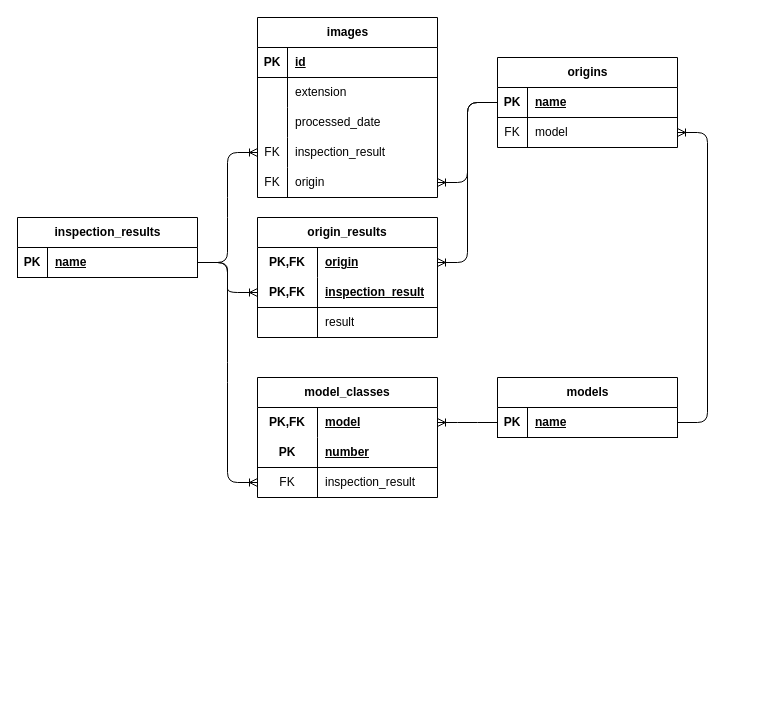
Before: page "Database" (2 of 2) of docs/architecture.dio in Jaimead7/PartsSorter, a draw.io diagram. Source tidied: cells renumbered, new cells numbered last; positions are measured from the earlier drawing's top-left corner, leaving out a move shared by most shapes. Both pictures are drawn from the tidied source at 100%, with x=0, y=0 at pixel (-23, 17).
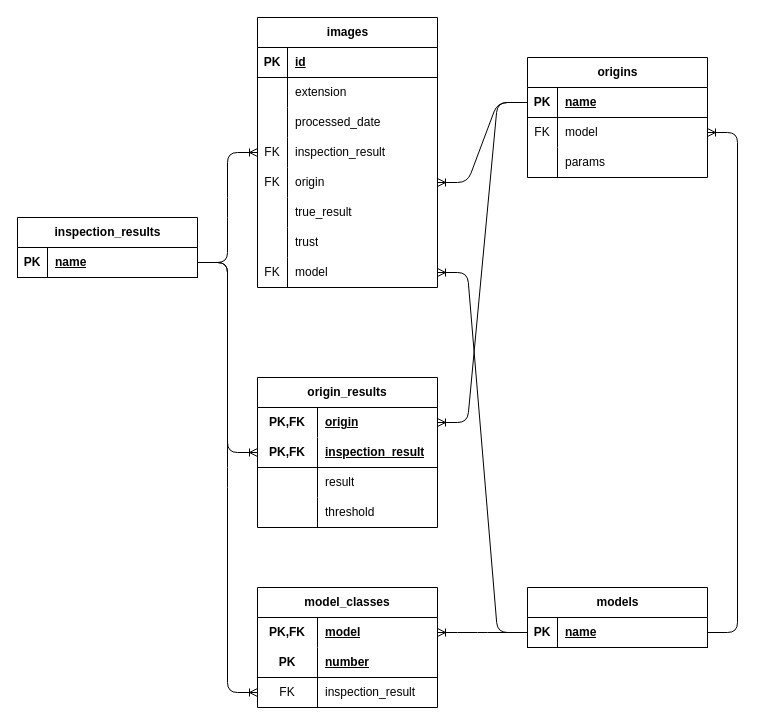
Above is the later version.

Commit message:
Change database schema for new changes

The change refers to these unchanged cells:
```xml
<mxCell id="24" style="shape=tableRow;horizontal=0;startSize=0;swimlaneHead=0;swimlaneBody=0;fillColor=none;points=[[0,0.5],[1,0.5]];portConstraint=eastwest;top=0;left=0;right=0;bottom=1;" parent="23" vertex="1">
  <mxGeometry y="30" width="180" height="30" as="geometry" />
</mxCell>
```

Diff of the diagram source:
```diff
@@
     <mxCell id="7" value="images" style="shape=table;startSize=30;childLayout=tableLayout;rowLines=0;fontStyle=1;align=center;html=1;" parent="1" vertex="1">
-      <mxGeometry x="280" width="180" height="180" as="geometry" />
+      <mxGeometry x="280" width="180" height="270" as="geometry" />
     </mxCell>
@@
+    <mxCell id="60" style="shape=tableRow;horizontal=0;startSize=0;swimlaneHead=0;swimlaneBody=0;fillColor=none;top=0;left=0;right=0;bottom=0;" parent="7" vertex="1">
+      <mxGeometry y="180" width="180" height="30" as="geometry" />
+    </mxCell>
+    <mxCell id="61" style="shape=partialRectangle;fillColor=none;top=0;left=0;bottom=0;right=0;overflow=hidden;whiteSpace=wrap;html=1;" parent="60" vertex="1">
+      <mxGeometry width="30" height="30" as="geometry" />
+    </mxCell>
+    <mxCell id="62" value="true_result" style="shape=partialRectangle;fillColor=none;top=0;left=0;bottom=0;right=0;align=left;spacingLeft=6;overflow=hidden;whiteSpace=wrap;html=1;" parent="60" vertex="1">
+      <mxGeometry x="30" width="150" height="30" as="geometry" />
+    </mxCell>
+    <mxCell id="63" style="shape=tableRow;horizontal=0;startSize=0;swimlaneHead=0;swimlaneBody=0;fillColor=none;top=0;left=0;right=0;bottom=0;" parent="7" vertex="1">
+      <mxGeometry y="210" width="180" height="30" as="geometry" />
+    </mxCell>
+    <mxCell id="64" style="shape=partialRectangle;fillColor=none;top=0;left=0;bottom=0;right=0;overflow=hidden;whiteSpace=wrap;html=1;" parent="63" vertex="1">
+      <mxGeometry width="30" height="30" as="geometry" />
+    </mxCell>
+    <mxCell id="65" value="trust" style="shape=partialRectangle;fillColor=none;top=0;left=0;bottom=0;right=0;align=left;spacingLeft=6;overflow=hidden;whiteSpace=wrap;html=1;" parent="63" vertex="1">
+      <mxGeometry x="30" width="150" height="30" as="geometry" />
+    </mxCell>
+    <mxCell id="66" style="shape=tableRow;horizontal=0;startSize=0;swimlaneHead=0;swimlaneBody=0;fillColor=none;points=[[0,0.5],[1,0.5]];portConstraint=eastwest;top=0;left=0;right=0;bottom=0;" parent="7" vertex="1">
+      <mxGeometry y="240" width="180" height="30" as="geometry" />
+    </mxCell>
+    <mxCell id="67" value="FK" style="shape=partialRectangle;fillColor=none;top=0;left=0;bottom=0;right=0;overflow=hidden;whiteSpace=wrap;html=1;" parent="66" vertex="1">
+      <mxGeometry width="30" height="30" as="geometry" />
+    </mxCell>
+    <mxCell id="68" value="model" style="shape=partialRectangle;fillColor=none;top=0;left=0;bottom=0;right=0;align=left;spacingLeft=6;overflow=hidden;whiteSpace=wrap;html=1;" parent="66" vertex="1">
+      <mxGeometry x="30" width="150" height="30" as="geometry" />
+    </mxCell>
     <mxCell id="23" value="models" style="shape=table;startSize=30;childLayout=tableLayout;rowLines=0;fontStyle=1;align=center;html=1;" parent="1" vertex="1">
-      <mxGeometry x="520" y="360" width="180" height="60" as="geometry" />
+      <mxGeometry x="550" y="570" width="180" height="60" as="geometry" />
     </mxCell>
@@
     <mxCell id="29" value="model_classes" style="shape=table;startSize=30;childLayout=tableLayout;rowLines=0;fontStyle=1;align=center;html=1;whiteSpace=wrap;" parent="1" vertex="1">
-      <mxGeometry x="280" y="360" width="180" height="120" as="geometry" />
+      <mxGeometry x="280" y="570" width="180" height="120" as="geometry" />
     </mxCell>
@@
     <mxCell id="39" value="origins" style="shape=table;startSize=30;childLayout=tableLayout;rowLines=0;fontStyle=1;align=center;html=1;" parent="1" vertex="1">
-      <mxGeometry x="520" y="40" width="180" height="90" as="geometry" />
+      <mxGeometry x="550" y="40" width="180" height="120" as="geometry" />
     </mxCell>
@@
+    <mxCell id="69" style="shape=tableRow;horizontal=0;startSize=0;swimlaneHead=0;swimlaneBody=0;fillColor=none;top=0;left=0;right=0;bottom=0;" parent="39" vertex="1">
+      <mxGeometry y="90" width="180" height="30" as="geometry" />
+    </mxCell>
+    <mxCell id="70" style="shape=partialRectangle;fillColor=none;top=0;left=0;bottom=0;right=0;overflow=hidden;whiteSpace=wrap;html=1;" parent="69" vertex="1">
+      <mxGeometry width="30" height="30" as="geometry" />
+    </mxCell>
+    <mxCell id="71" value="params" style="shape=partialRectangle;fillColor=none;top=0;left=0;bottom=0;right=0;align=left;spacingLeft=6;overflow=hidden;whiteSpace=wrap;html=1;" parent="69" vertex="1">
+      <mxGeometry x="30" width="150" height="30" as="geometry" />
+    </mxCell>
@@
     <mxCell id="48" value="origin_results" style="shape=table;startSize=30;childLayout=tableLayout;rowLines=0;fontStyle=1;align=center;html=1;whiteSpace=wrap;" parent="1" vertex="1">
-      <mxGeometry x="280" y="200" width="180" height="120" as="geometry" />
+      <mxGeometry x="280" y="360" width="180" height="150" as="geometry" />
     </mxCell>
@@
+    <mxCell id="72" style="shape=tableRow;horizontal=0;startSize=0;swimlaneHead=0;swimlaneBody=0;fillColor=none;top=0;left=0;right=0;bottom=0;html=1;" parent="48" vertex="1">
+      <mxGeometry y="120" width="180" height="30" as="geometry" />
+    </mxCell>
+    <mxCell id="73" style="shape=partialRectangle;fillColor=none;top=0;left=0;bottom=0;right=0;overflow=hidden;html=1;whiteSpace=wrap;" parent="72" vertex="1">
+      <mxGeometry width="60" height="30" as="geometry" />
+    </mxCell>
+    <mxCell id="74" value="threshold" style="shape=partialRectangle;fillColor=none;top=0;left=0;bottom=0;right=0;align=left;spacingLeft=6;overflow=hidden;html=1;whiteSpace=wrap;" parent="72" vertex="1">
+      <mxGeometry x="60" width="120" height="30" as="geometry" />
+    </mxCell>
@@
+    <mxCell id="75" style="edgeStyle=entityRelationEdgeStyle;fontSize=12;html=1;endArrow=ERoneToMany;entryX=1;entryY=0.5;entryDx=0;entryDy=0;exitX=0;exitY=0.5;exitDx=0;exitDy=0;" parent="1" edge="1" source="24" target="66">
+      <mxGeometry relative="1" as="geometry" />
+    </mxCell>
```
